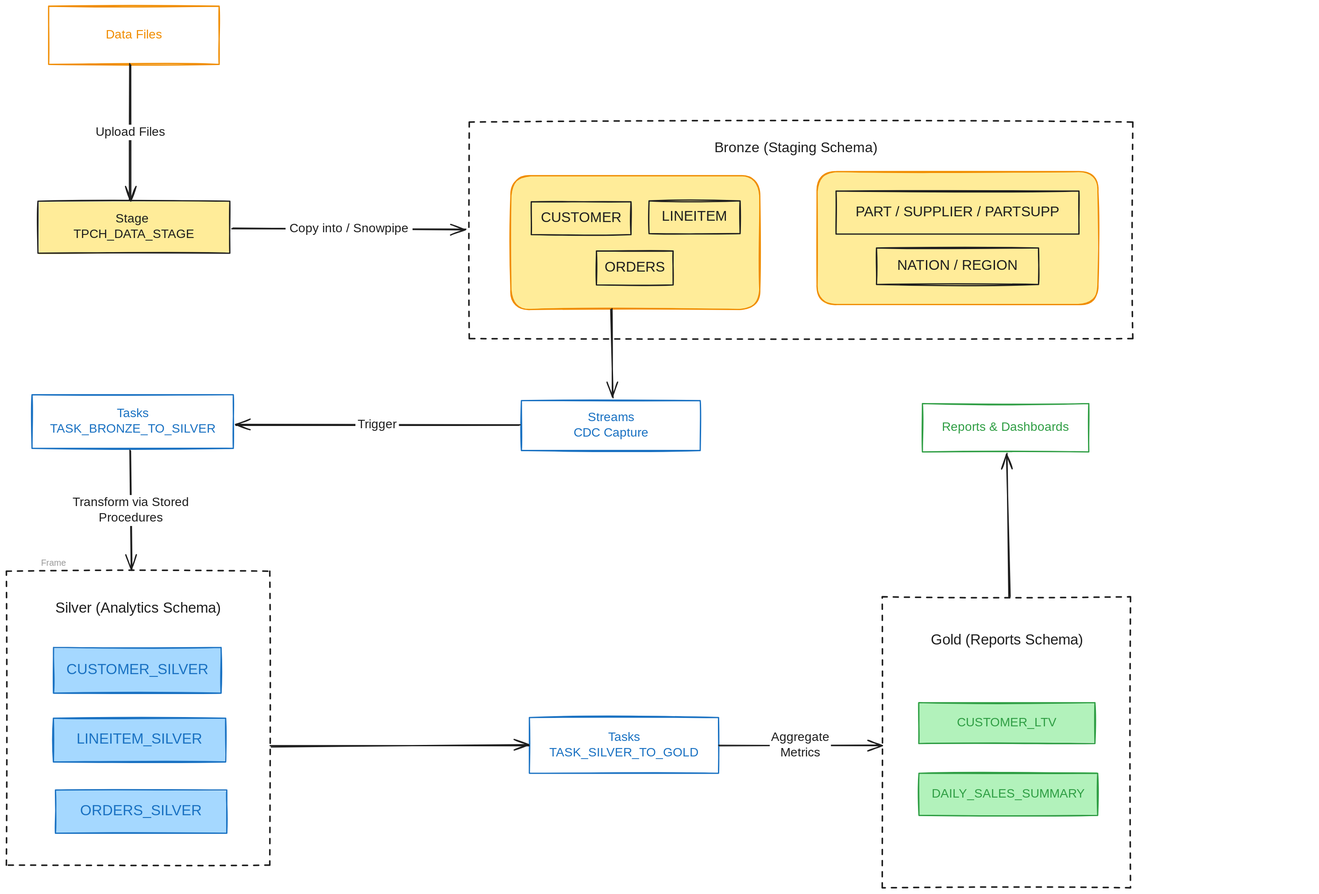
The Excalidraw diagram dataflow.excalidraw.svg in thuuyen109/snowflake-tpch-analytics, before a commit. Source tidied: one line per element, renumbered; positions are measured from the earlier drawing's top-left corner, leaving out a move shared by most shapes.
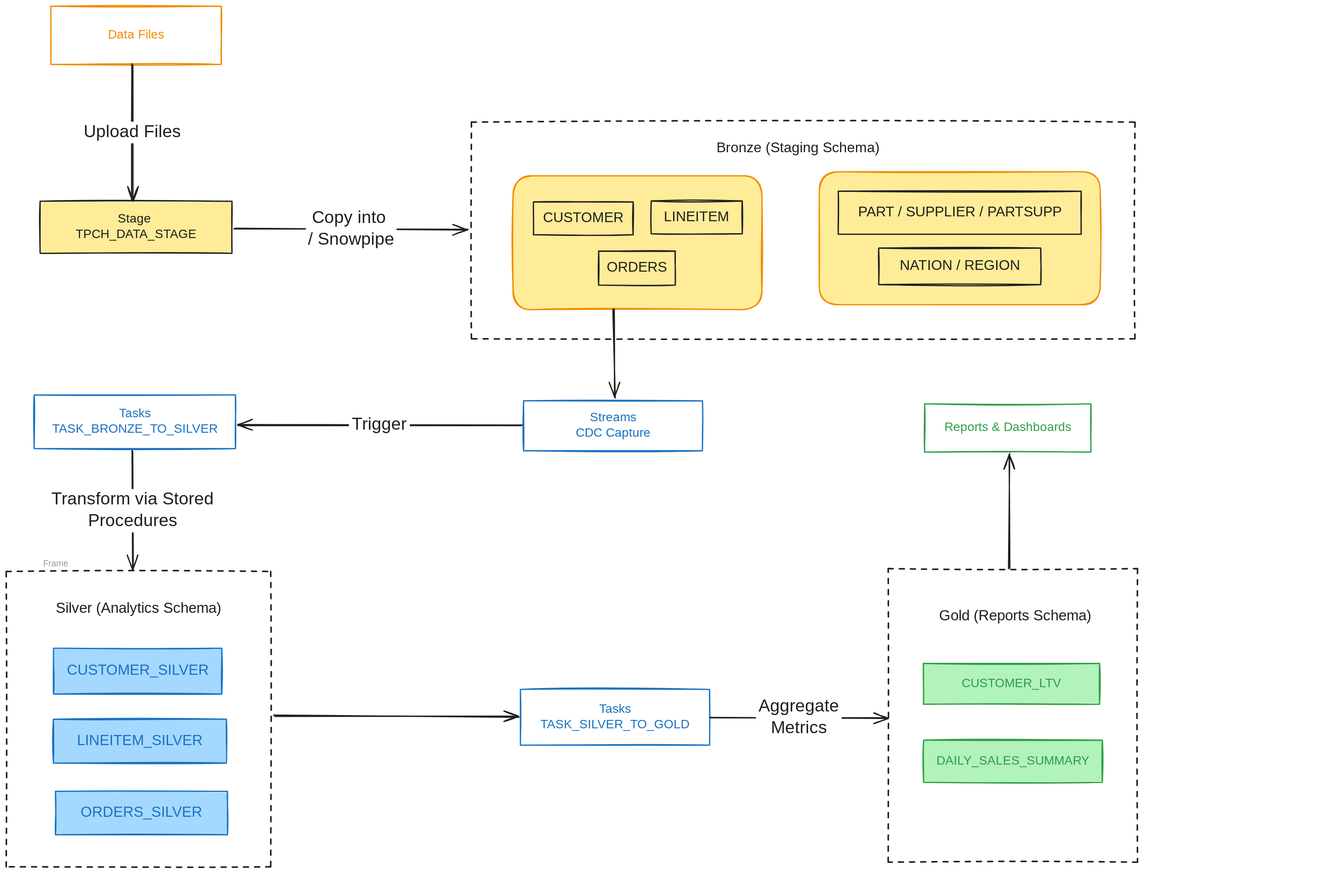
Later version of the same file.

What changed in the source:
```diff
@@ -2,7 +2,7 @@
 {"id": 1, "type": "rectangle", "strokeColor": "#1e1e1e", "backgroundColor": "#ffec99", "fillStyle": "solid", "strokeWidth": 2, "roughness": 1, "x": 51, "y": 315, "width": 310, "height": 84}
 {"id": 2, "type": "rectangle", "strokeColor": "#1971c2", "strokeWidth": 2, "roughness": 1, "x": 831, "y": 637, "width": 289, "height": 81}
 {"id": 3, "type": "rectangle", "strokeColor": "#1971c2", "strokeWidth": 2, "roughness": 1, "x": 41, "y": 627, "width": 325, "height": 87}
-{"id": 4, "type": "rectangle", "strokeColor": "#1971c2", "strokeWidth": 2, "roughness": 1, "x": 844, "y": 1149, "width": 305, "height": 90}
+{"id": 4, "type": "rectangle", "strokeColor": "#1971c2", "strokeWidth": 2, "roughness": 1, "x": 826, "y": 1103, "width": 305, "height": 90}
 {"id": 5, "type": "rectangle", "strokeColor": "#2f9e44", "strokeWidth": 2, "roughness": 1, "x": 1479, "y": 642, "width": 268, "height": 78}
 {"id": 6, "type": "text", "text": "Data Files", "strokeColor": "#f08c00", "strokeWidth": 2, "roughness": 1, "fontSize": 20, "fontFamily": 5, "textAlign": "center", "verticalAlign": "middle", "inside": 0, "x": 155, "y": 34, "width": 102, "height": 25}
 {"id": 7, "type": "text", "text": "Stage \nTPCH_DATA_STAGE", "strokeColor": "#1e1e1e", "strokeWidth": 2, "roughness": 1, "fontSize": 20, "fontFamily": 5, "textAlign": "center", "verticalAlign": "middle", "inside": 1, "x": 102, "y": 332, "width": 207, "height": 50}
@@ -22,32 +22,32 @@
 {"id": 21, "type": "text", "text": "CUSTOMER", "strokeColor": "#1e1e1e", "strokeWidth": 2, "roughness": 1, "fontSize": 23.16, "fontFamily": 5, "textAlign": "center", "verticalAlign": "middle", "inside": 20, "x": 860, "y": 328, "width": 135, "height": 29}
 {"id": 22, "type": "text", "text": "Streams\nCDC Capture", "strokeColor": "#1971c2", "strokeWidth": 2, "roughness": 1, "fontSize": 20, "fontFamily": 5, "textAlign": "center", "verticalAlign": "middle", "inside": 2, "x": 913, "y": 652, "width": 124, "height": 50}
 {"id": 23, "type": "text", "text": "Tasks\nTASK_BRONZE_TO_SILVER", "strokeColor": "#1971c2", "strokeWidth": 2, "roughness": 1, "fontSize": 20, "fontFamily": 5, "textAlign": "center", "verticalAlign": "middle", "inside": 3, "x": 60, "y": 646, "width": 288, "height": 50}
-{"id": 24, "type": "rectangle", "strokeColor": "#1e1e1e", "strokeWidth": 2, "strokeStyle": "dashed", "roughness": 1, "x": 0, "y": 912, "width": 425, "height": 475}
+{"id": 24, "type": "rectangle", "strokeColor": "#1e1e1e", "strokeWidth": 2, "strokeStyle": "dashed", "roughness": 1, "x": -4, "y": 912, "width": 427, "height": 477}
-{"id": 25, "type": "rectangle", "strokeColor": "#1971c2", "backgroundColor": "#a5d8ff", "fillStyle": "solid", "strokeWidth": 2, "roughness": 1, "x": 79, "y": 1266, "width": 277, "height": 70}
+{"id": 25, "type": "rectangle", "strokeColor": "#1971c2", "backgroundColor": "#a5d8ff", "fillStyle": "solid", "strokeWidth": 2, "roughness": 1, "x": 76, "y": 1267, "width": 278, "height": 70}
-{"id": 26, "type": "rectangle", "strokeColor": "#1971c2", "backgroundColor": "#a5d8ff", "fillStyle": "solid", "strokeWidth": 2, "roughness": 1, "x": 76, "y": 1036, "width": 270, "height": 74}
+{"id": 26, "type": "rectangle", "strokeColor": "#1971c2", "backgroundColor": "#a5d8ff", "fillStyle": "solid", "strokeWidth": 2, "roughness": 1, "x": 73, "y": 1036, "width": 272, "height": 74}
-{"id": 27, "type": "rectangle", "strokeColor": "#1971c2", "backgroundColor": "#a5d8ff", "fillStyle": "solid", "strokeWidth": 2, "roughness": 1, "x": 76, "y": 1150, "width": 278, "height": 71}
+{"id": 27, "type": "rectangle", "strokeColor": "#1971c2", "backgroundColor": "#a5d8ff", "fillStyle": "solid", "strokeWidth": 2, "roughness": 1, "x": 72, "y": 1151, "width": 279, "height": 71}
-{"id": 28, "type": "text", "text": "Silver (Analytics Schema)", "strokeColor": "#1e1e1e", "strokeWidth": 2, "roughness": 1, "fontSize": 23.55, "fontFamily": 5, "textAlign": "center", "x": 71, "y": 958, "width": 284, "height": 29}
+{"id": 28, "type": "text", "text": "Silver (Analytics Schema)", "strokeColor": "#1e1e1e", "strokeWidth": 2, "roughness": 1, "fontSize": 23.64, "fontFamily": 5, "textAlign": "center", "x": 67, "y": 959, "width": 285, "height": 30}
-{"id": 29, "type": "text", "text": "ORDERS_SILVER", "strokeColor": "#1971c2", "strokeWidth": 2, "roughness": 1, "fontSize": 23.55, "fontFamily": 5, "textAlign": "center", "verticalAlign": "middle", "inside": 25, "x": 114, "y": 1286, "width": 206, "height": 29}
+{"id": 29, "type": "text", "text": "ORDERS_SILVER", "strokeColor": "#1971c2", "strokeWidth": 2, "roughness": 1, "fontSize": 23.64, "fontFamily": 5, "textAlign": "center", "verticalAlign": "middle", "inside": 25, "x": 111, "y": 1288, "width": 207, "height": 30}
-{"id": 30, "type": "text", "text": "CUSTOMER_SILVER", "strokeColor": "#1971c2", "strokeWidth": 2, "roughness": 1, "fontSize": 23.55, "fontFamily": 5, "textAlign": "center", "verticalAlign": "middle", "inside": 26, "x": 91, "y": 1058, "width": 241, "height": 29}
+{"id": 30, "type": "text", "text": "CUSTOMER_SILVER", "strokeColor": "#1971c2", "strokeWidth": 2, "roughness": 1, "fontSize": 23.64, "fontFamily": 5, "textAlign": "center", "verticalAlign": "middle", "inside": 26, "x": 88, "y": 1058, "width": 242, "height": 30}
-{"id": 31, "type": "text", "text": "LINEITEM_SILVER", "strokeColor": "#1971c2", "strokeWidth": 2, "roughness": 1, "fontSize": 23.55, "fontFamily": 5, "textAlign": "center", "verticalAlign": "middle", "inside": 27, "x": 101, "y": 1171, "width": 229, "height": 29}
+{"id": 31, "type": "text", "text": "LINEITEM_SILVER", "strokeColor": "#1971c2", "strokeWidth": 2, "roughness": 1, "fontSize": 23.64, "fontFamily": 5, "textAlign": "center", "verticalAlign": "middle", "inside": 27, "x": 97, "y": 1172, "width": 230, "height": 30}
-{"id": 32, "type": "text", "text": "Tasks\nTASK_SILVER_TO_GOLD", "strokeColor": "#1971c2", "strokeWidth": 2, "roughness": 1, "fontSize": 20, "fontFamily": 5, "textAlign": "center", "verticalAlign": "middle", "inside": 4, "x": 868, "y": 1169, "width": 257, "height": 50}
+{"id": 32, "type": "text", "text": "Tasks\nTASK_SILVER_TO_GOLD", "strokeColor": "#1971c2", "strokeWidth": 2, "roughness": 1, "fontSize": 20, "fontFamily": 5, "textAlign": "center", "verticalAlign": "middle", "inside": 4, "x": 850, "y": 1123, "width": 257, "height": 50}
 {"id": 33, "type": "text", "text": "Reports & Dashboards", "strokeColor": "#2f9e44", "strokeWidth": 2, "roughness": 1, "fontSize": 20, "fontFamily": 5, "textAlign": "center", "verticalAlign": "middle", "inside": 5, "x": 1501, "y": 668, "width": 224, "height": 25}
 {"id": 34, "type": "arrow", "strokeColor": "#1e1e1e", "strokeWidth": 2, "roughness": 1, "endArrowhead": "arrow", "round": true, "from": 0, "to": 1, "x": 200, "y": 94, "width": 1, "height": 220, "points": [[0, 0], [-1, 220]]}
-{"id": 35, "type": "text", "text": "Upload Files", "strokeColor": "#1e1e1e", "strokeWidth": 2, "roughness": 1, "fontSize": 20, "fontFamily": 5, "textAlign": "center", "verticalAlign": "middle", "inside": 34, "x": 140, "y": 192, "width": 118, "height": 25}
+{"id": 35, "type": "text", "text": "Upload Files", "strokeColor": "#1e1e1e", "strokeWidth": 2, "roughness": 1, "fontSize": 28, "fontFamily": 5, "textAlign": "center", "verticalAlign": "middle", "inside": 34, "x": 118, "y": 186, "width": 165, "height": 35}
 {"id": 36, "type": "arrow", "strokeColor": "#1e1e1e", "backgroundColor": "#a5d8ff", "fillStyle": "solid", "strokeWidth": 2, "roughness": 1, "endArrowhead": "arrow", "round": true, "from": 1, "to": 10, "x": 364, "y": 359, "width": 378, "height": 2, "points": [[0, 0], [378, 2]]}
-{"id": 37, "type": "text", "text": "Copy into / Snowpipe", "strokeColor": "#1e1e1e", "backgroundColor": "#a5d8ff", "fillStyle": "solid", "strokeWidth": 2, "roughness": 1, "fontSize": 20, "fontFamily": 5, "textAlign": "center", "verticalAlign": "middle", "inside": 36, "x": 451, "y": 343, "width": 205, "height": 25}
+{"id": 37, "type": "text", "text": "Copy into \n/ Snowpipe", "strokeColor": "#1e1e1e", "backgroundColor": "#a5d8ff", "fillStyle": "solid", "strokeWidth": 2, "roughness": 1, "fontSize": 28, "fontFamily": 5, "textAlign": "center", "verticalAlign": "middle", "inside": 36, "x": 480, "y": 325, "width": 146, "height": 70}
 {"id": 38, "type": "arrow", "strokeColor": "#1e1e1e", "backgroundColor": "#a5d8ff", "fillStyle": "solid", "strokeWidth": 2, "roughness": 1, "endArrowhead": "arrow", "round": true, "from": 9, "to": 2, "x": 976, "y": 490, "width": 4, "height": 142, "points": [[0, 0], [4, 142]]}
 {"id": 39, "type": "arrow", "strokeColor": "#1e1e1e", "strokeWidth": 2, "roughness": 1, "endArrowhead": "arrow", "round": true, "from": 2, "to": 3, "x": 827, "y": 676, "width": 458, "height": 1, "points": [[0, 0], [-458, -1]]}
-{"id": 40, "type": "text", "text": "Trigger", "strokeColor": "#1e1e1e", "strokeWidth": 2, "strokeStyle": "dashed", "roughness": 1, "fontSize": 20, "fontFamily": 5, "textAlign": "center", "verticalAlign": "middle", "inside": 39, "x": 579, "y": 640, "width": 70, "height": 25}
+{"id": 40, "type": "text", "text": "Trigger", "strokeColor": "#1e1e1e", "strokeWidth": 2, "strokeStyle": "dashed", "roughness": 1, "fontSize": 28, "fontFamily": 5, "textAlign": "center", "verticalAlign": "middle", "inside": 39, "x": 549, "y": 659, "width": 98, "height": 35}
-{"id": 41, "type": "arrow", "strokeColor": "#1e1e1e", "strokeWidth": 2, "roughness": 1, "endArrowhead": "arrow", "round": true, "from": 3, "to": 24, "x": 199, "y": 718, "width": 3, "height": 192, "points": [[0, 0], [3, 192]]}
+{"id": 41, "type": "arrow", "strokeColor": "#1e1e1e", "strokeWidth": 2, "roughness": 1, "endArrowhead": "arrow", "round": true, "from": 3, "to": 24, "x": 199, "y": 718, "width": 2, "height": 192, "points": [[0, 0], [2, 192]]}
-{"id": 42, "type": "text", "text": "Transform via Stored\nProcedures", "strokeColor": "#1e1e1e", "backgroundColor": "#b2f2bb", "fillStyle": "solid", "strokeWidth": 2, "roughness": 1, "fontSize": 20, "fontFamily": 5, "textAlign": "center", "verticalAlign": "middle", "inside": 41, "x": 97, "y": 789, "width": 208, "height": 50}
+{"id": 42, "type": "text", "text": "Transform via Stored\nProcedures", "strokeColor": "#1e1e1e", "backgroundColor": "#b2f2bb", "fillStyle": "solid", "strokeWidth": 2, "roughness": 1, "fontSize": 28, "fontFamily": 5, "textAlign": "center", "verticalAlign": "middle", "inside": 41, "x": 55, "y": 779, "width": 292, "height": 70}
-{"id": 43, "type": "arrow", "strokeColor": "#1e1e1e", "strokeWidth": 2, "roughness": 1, "endArrowhead": "arrow", "round": true, "from": 24, "to": 4, "x": 427, "y": 1195, "width": 417, "height": 1, "points": [[0, 0], [417, -1]]}
+{"id": 43, "type": "arrow", "strokeColor": "#1e1e1e", "strokeWidth": 2, "roughness": 1, "endArrowhead": "arrow", "round": true, "from": 24, "to": 4, "x": 428, "y": 1145, "width": 395, "height": 2, "points": [[0, 0], [395, 2]]}
-{"id": 44, "type": "rectangle", "strokeColor": "#1e1e1e", "strokeWidth": 2, "strokeStyle": "dashed", "roughness": 1, "x": 1414, "y": 954, "width": 401, "height": 470}
+{"id": 44, "type": "rectangle", "strokeColor": "#1e1e1e", "strokeWidth": 2, "strokeStyle": "dashed", "roughness": 1, "x": 1420, "y": 908, "width": 402, "height": 474}
-{"id": 45, "type": "rectangle", "strokeColor": "#2f9e44", "backgroundColor": "#b2f2bb", "fillStyle": "solid", "strokeWidth": 2, "roughness": 1, "x": 1473, "y": 1125, "width": 284, "height": 66}
+{"id": 45, "type": "rectangle", "strokeColor": "#2f9e44", "backgroundColor": "#b2f2bb", "fillStyle": "solid", "strokeWidth": 2, "roughness": 1, "x": 1477, "y": 1061, "width": 284, "height": 66}
-{"id": 46, "type": "rectangle", "strokeColor": "#2f9e44", "backgroundColor": "#b2f2bb", "fillStyle": "solid", "strokeWidth": 2, "roughness": 1, "x": 1473, "y": 1239, "width": 288, "height": 68}
+{"id": 46, "type": "rectangle", "strokeColor": "#2f9e44", "backgroundColor": "#b2f2bb", "fillStyle": "solid", "strokeWidth": 2, "roughness": 1, "x": 1477, "y": 1185, "width": 288, "height": 68}
-{"id": 47, "type": "text", "text": "CUSTOMER_LTV", "strokeColor": "#2f9e44", "strokeWidth": 2, "roughness": 1, "fontSize": 20, "fontFamily": 5, "textAlign": "center", "verticalAlign": "middle", "inside": 45, "x": 1531, "y": 1145, "width": 168, "height": 25}
+{"id": 47, "type": "text", "text": "CUSTOMER_LTV", "strokeColor": "#2f9e44", "strokeWidth": 2, "roughness": 1, "fontSize": 20, "fontFamily": 5, "textAlign": "center", "verticalAlign": "middle", "inside": 45, "x": 1535, "y": 1081, "width": 168, "height": 25}
-{"id": 48, "type": "text", "text": "DAILY_SALES_SUMMARY", "strokeColor": "#2f9e44", "strokeWidth": 2, "roughness": 1, "fontSize": 20, "fontFamily": 5, "textAlign": "center", "verticalAlign": "middle", "inside": 46, "x": 1493, "y": 1260, "width": 249, "height": 25}
+{"id": 48, "type": "text", "text": "DAILY_SALES_SUMMARY", "strokeColor": "#2f9e44", "strokeWidth": 2, "roughness": 1, "fontSize": 20, "fontFamily": 5, "textAlign": "center", "verticalAlign": "middle", "inside": 46, "x": 1497, "y": 1206, "width": 249, "height": 25}
-{"id": 49, "type": "text", "text": "Gold (Reports Schema)", "strokeColor": "#1e1e1e", "strokeWidth": 2, "roughness": 1, "fontSize": 23.55, "fontFamily": 5, "textAlign": "center", "x": 1482, "y": 1010, "width": 265, "height": 29}
+{"id": 49, "type": "text", "text": "Gold (Reports Schema)", "strokeColor": "#1e1e1e", "strokeWidth": 2, "roughness": 1, "fontSize": 23.55, "fontFamily": 5, "textAlign": "center", "x": 1492, "y": 970, "width": 265, "height": 29}
-{"id": 50, "type": "arrow", "strokeColor": "#1e1e1e", "backgroundColor": "#b2f2bb", "fillStyle": "solid", "strokeWidth": 2, "roughness": 1, "endArrowhead": "arrow", "round": true, "from": 4, "to": 44, "x": 1150, "y": 1194, "width": 262, "height": 0, "points": [[0, 0], [262, 0]]}
+{"id": 50, "type": "arrow", "strokeColor": "#1e1e1e", "backgroundColor": "#b2f2bb", "fillStyle": "solid", "strokeWidth": 2, "roughness": 1, "endArrowhead": "arrow", "round": true, "from": 4, "to": 44, "x": 1132, "y": 1148, "width": 286, "height": 2, "points": [[0, 0], [286, 2]]}
-{"id": 51, "type": "text", "text": "Aggregate\nMetrics", "strokeColor": "#1e1e1e", "backgroundColor": "#b2f2bb", "fillStyle": "solid", "strokeWidth": 2, "roughness": 1, "fontSize": 20, "fontFamily": 5, "textAlign": "center", "verticalAlign": "middle", "inside": 50, "x": 1232, "y": 1169, "width": 99, "height": 50}
+{"id": 51, "type": "text", "text": "Aggregate\nMetrics", "strokeColor": "#1e1e1e", "backgroundColor": "#b2f2bb", "fillStyle": "solid", "strokeWidth": 2, "roughness": 1, "fontSize": 28, "fontFamily": 5, "textAlign": "center", "verticalAlign": "middle", "inside": 50, "x": 1206, "y": 1114, "width": 138, "height": 70}
-{"id": 52, "type": "arrow", "strokeColor": "#1e1e1e", "angle": 0.04, "backgroundColor": "#b2f2bb", "fillStyle": "solid", "strokeWidth": 2, "roughness": 1, "endArrowhead": "arrow", "round": true, "from": 44, "to": 5, "x": 1623, "y": 953, "width": 14, "height": 230, "points": [[0, 0], [-14, -230]]}
+{"id": 52, "type": "arrow", "strokeColor": "#1e1e1e", "angle": 0.04, "backgroundColor": "#b2f2bb", "fillStyle": "solid", "strokeWidth": 2, "roughness": 1, "endArrowhead": "arrow", "round": true, "from": 44, "to": 5, "x": 1618, "y": 907, "width": 7, "height": 185, "points": [[0, 0], [-7, -185]]}
```
